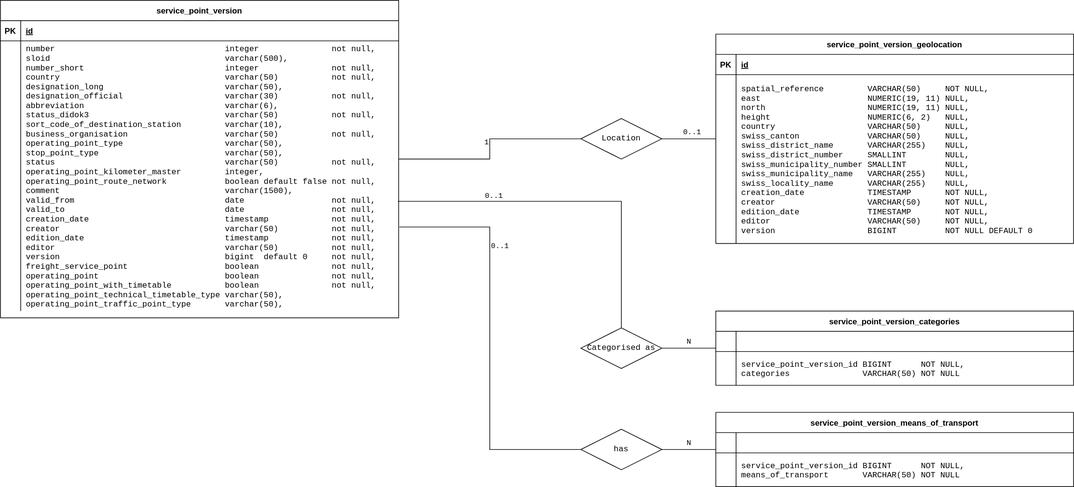
Above: service-point-directory/src/docs/db-service-point.svg in iuccio/atlas (draw.io), before the change. Source tidied: cells renumbered, new cells last; positions are measured from the earlier drawing's top-left corner, leaving out a move shared by most shapes.
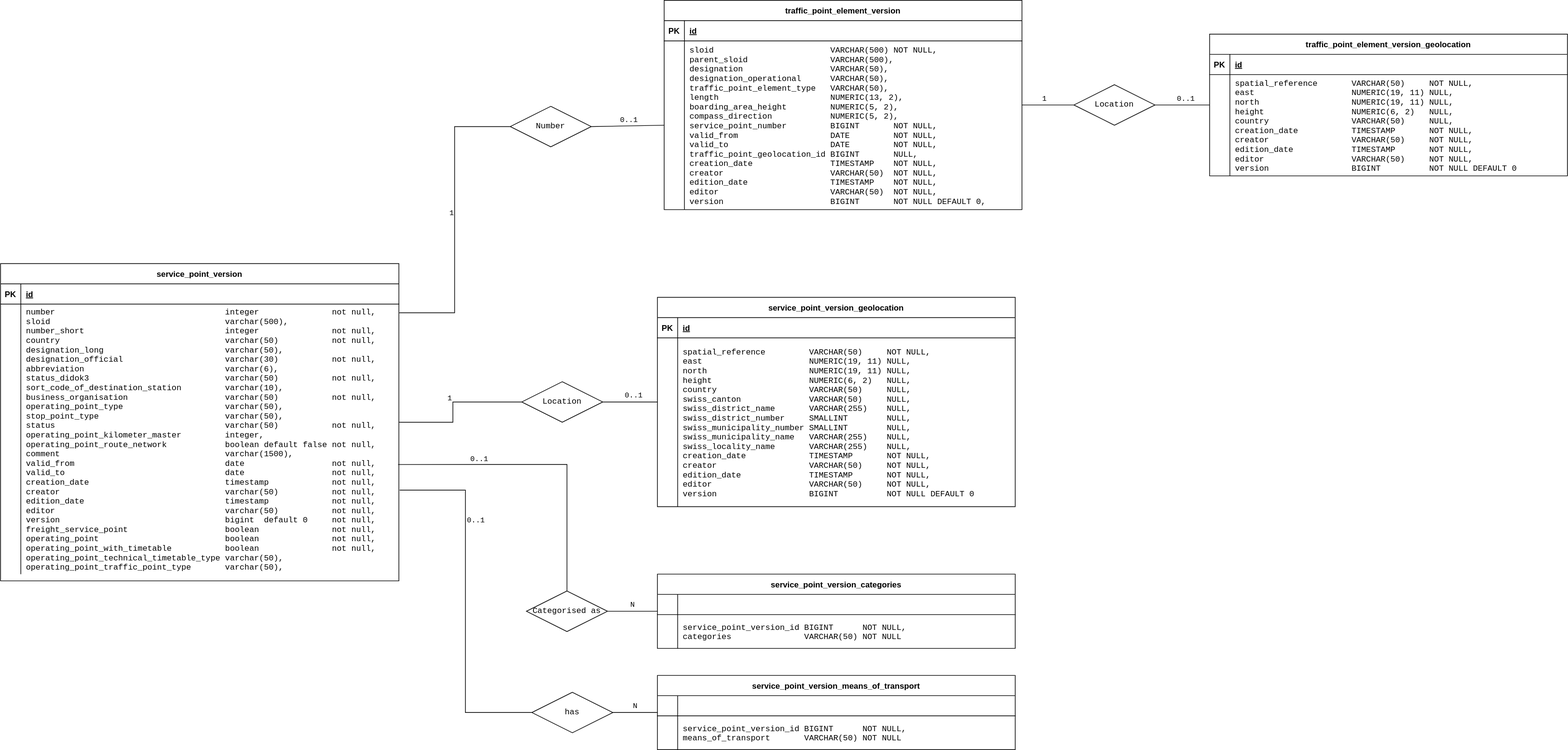
After the commit.

Commit message:
ATLAS-1322: update db schema documentation

Diff of the diagram source:
```diff
@@ -24,7 +24,7 @@
       <mxGeometry x="30" width="560" height="400" as="geometry" />
     </mxCell>
     <mxCell id="9" value="service_point_version_geolocation" style="shape=table;startSize=30;rowLines=0;fontStyle=1;align=center;" parent="1" vertex="1">
-      <mxGeometry x="1060" y="50" width="530" height="310" as="geometry" />
+      <mxGeometry x="973" y="50" width="530" height="310" as="geometry" />
     </mxCell>
     <mxCell id="10" style="shape=partialRectangle;fillColor=none;top=0;left=0;right=0;bottom=1;" parent="9" vertex="1">
       <mxGeometry y="30" width="530" height="30" as="geometry" />
@@ -45,7 +45,7 @@
       <mxGeometry x="30" width="500" height="250" as="geometry" />
     </mxCell>
     <mxCell id="16" value="service_point_version_categories" style="shape=table;startSize=30;rowLines=0;fontStyle=1;align=center;" parent="1" vertex="1">
-      <mxGeometry x="1060" y="460" width="530" height="110" as="geometry" />
+      <mxGeometry x="973" y="460" width="530" height="110" as="geometry" />
     </mxCell>
     <mxCell id="17" style="shape=partialRectangle;fillColor=none;top=0;left=0;right=0;bottom=1;" parent="16" vertex="1">
       <mxGeometry y="30" width="530" height="30" as="geometry" />
@@ -66,10 +66,15 @@
       <mxGeometry x="30" width="500" height="50" as="geometry" />
     </mxCell>
     <mxCell id="23" value="1" style="edgeStyle=orthogonalEdgeStyle;rounded=0;jumpSize=12;jettySize=auto;html=1;exitX=0;exitY=0.5;exitDx=0;exitDy=0;strokeWidth=1;fontFamily=Courier New;startArrow=none;startFill=0;endArrow=none;endFill=0;labelPosition=left;verticalLabelPosition=top;align=right;verticalAlign=bottom;" parent="1" edge="1" source="24" target="2">
-      <mxGeometry relative="1" as="geometry" />
+      <mxGeometry relative="1" as="geometry">
+        <Array as="points">
+          <mxPoint x="670" y="205" />
+          <mxPoint x="670" y="235" />
+        </Array>
+      </mxGeometry>
     </mxCell>
     <mxCell id="24" value="Location" style="shape=rhombus;perimeter=rhombusPerimeter;whiteSpace=wrap;html=1;align=center;fontFamily=Courier New;" parent="1" vertex="1">
-      <mxGeometry x="860" y="175" width="120" height="60" as="geometry" />
+      <mxGeometry x="772" y="175" width="120" height="60" as="geometry" />
     </mxCell>
     <mxCell id="25" style="endArrow=none;html=1;rounded=0;strokeWidth=1;fontFamily=Courier New;jumpSize=12;exitX=1;exitY=0.5;exitDx=0;exitDy=0;labelPosition=center;verticalLabelPosition=top;align=center;verticalAlign=bottom;" parent="1" edge="1" source="24" target="9">
       <mxGeometry relative="1" as="geometry" />
@@ -84,10 +89,10 @@
       <mxGeometry relative="1" as="geometry" />
     </mxCell>
     <mxCell id="29" value="Categorised as" style="shape=rhombus;perimeter=rhombusPerimeter;whiteSpace=wrap;html=1;align=center;fontFamily=Courier New;" parent="1" vertex="1">
-      <mxGeometry x="860" y="485" width="120" height="60" as="geometry" />
+      <mxGeometry x="779" y="485" width="120" height="60" as="geometry" />
     </mxCell>
     <mxCell id="30" value="service_point_version_means_of_transport" style="shape=table;startSize=30;rowLines=0;fontStyle=1;align=center;" parent="1" vertex="1">
-      <mxGeometry x="1060" y="610" width="530" height="110" as="geometry" />
+      <mxGeometry x="973" y="610" width="530" height="110" as="geometry" />
     </mxCell>
     <mxCell id="31" style="shape=partialRectangle;fillColor=none;top=0;left=0;right=0;bottom=1;" parent="30" vertex="1">
       <mxGeometry y="30" width="530" height="30" as="geometry" />
@@ -108,7 +113,7 @@
       <mxGeometry x="30" width="500" height="50" as="geometry" />
     </mxCell>
     <mxCell id="37" value="has" style="shape=rhombus;perimeter=rhombusPerimeter;whiteSpace=wrap;html=1;align=center;fontFamily=Courier New;" parent="1" vertex="1">
-      <mxGeometry x="860" y="635" width="120" height="60" as="geometry" />
+      <mxGeometry x="787" y="635" width="120" height="60" as="geometry" />
     </mxCell>
     <mxCell id="38" value="N" style="edgeStyle=orthogonalEdgeStyle;rounded=0;jumpSize=12;jettySize=auto;html=1;strokeWidth=1;fontFamily=Courier New;startArrow=none;startFill=0;endArrow=none;endFill=0;labelPosition=center;verticalLabelPosition=top;align=center;verticalAlign=bottom;exitX=1;exitY=0.5;exitDx=0;exitDy=0;" parent="1" edge="1" source="37" target="30">
       <mxGeometry relative="1" as="geometry" />
@@ -116,5 +121,71 @@
     <mxCell id="39" value="0..1" style="edgeStyle=orthogonalEdgeStyle;rounded=0;jumpSize=12;jettySize=auto;html=1;strokeWidth=1;fontFamily=Courier New;startArrow=none;startFill=0;endArrow=none;endFill=0;exitX=0;exitY=0.5;exitDx=0;exitDy=0;entryX=1.002;entryY=0.689;entryDx=0;entryDy=0;entryPerimeter=0;" parent="1" edge="1" source="37" target="6">
       <mxGeometry x="0.46" y="-15" relative="1" as="geometry" />
     </mxCell>
+    <mxCell id="40" value="traffic_point_element_version" style="shape=table;startSize=30;rowLines=0;fontStyle=1;align=center;" parent="1" vertex="1">
+      <mxGeometry x="983" y="-390" width="530" height="310" as="geometry" />
+    </mxCell>
+    <mxCell id="41" style="shape=partialRectangle;fillColor=none;top=0;left=0;right=0;bottom=1;" parent="40" vertex="1">
+      <mxGeometry y="30" width="530" height="30" as="geometry" />
+    </mxCell>
+    <mxCell id="42" value="PK" style="shape=partialRectangle;overflow=hidden;fillColor=none;top=0;left=0;bottom=0;right=0;fontStyle=1;" parent="41" vertex="1">
+      <mxGeometry width="30" height="30" as="geometry" />
+    </mxCell>
+    <mxCell id="43" value="id" style="shape=partialRectangle;overflow=hidden;fillColor=none;top=0;left=0;bottom=0;right=0;align=left;spacingLeft=6;fontStyle=5;" parent="41" vertex="1">
+      <mxGeometry x="30" width="500" height="30" as="geometry" />
+    </mxCell>
+    <mxCell id="44" style="shape=partialRectangle;fillColor=none;points=[[0,0.5],[1,0.5]];portConstraint=eastwest;top=0;left=0;right=0;bottom=0;" parent="40" vertex="1">
+      <mxGeometry y="60" width="530" height="250" as="geometry" />
+    </mxCell>
+    <mxCell id="45" style="shape=partialRectangle;overflow=hidden;fillColor=none;top=0;left=0;bottom=0;right=0;" parent="44" vertex="1">
+      <mxGeometry width="30" height="250" as="geometry" />
+    </mxCell>
+    <mxCell id="46" value="sloid                        VARCHAR(500) NOT NULL,&#10;parent_sloid                 VARCHAR(500),&#10;designation                  VARCHAR(50),&#10;designation_operational      VARCHAR(50),&#10;traffic_point_element_type   VARCHAR(50),&#10;length                       NUMERIC(13, 2),&#10;boarding_area_height         NUMERIC(5, 2),&#10;compass_direction            NUMERIC(5, 2),&#10;service_point_number         BIGINT       NOT NULL,&#10;valid_from                   DATE         NOT NULL,&#10;valid_to                     DATE         NOT NULL,&#10;traffic_point_geolocation_id BIGINT       NULL,&#10;creation_date                TIMESTAMP    NOT NULL,&#10;creator                      VARCHAR(50)  NOT NULL,&#10;edition_date                 TIMESTAMP    NOT NULL,&#10;editor                       VARCHAR(50)  NOT NULL,&#10;version                      BIGINT       NOT NULL DEFAULT 0," style="shape=partialRectangle;overflow=hidden;fillColor=none;top=0;left=0;bottom=0;right=0;align=left;spacingLeft=6;fontFamily=Courier New;fontStyle=0;" parent="44" vertex="1">
+      <mxGeometry x="30" width="500" height="250" as="geometry" />
+    </mxCell>
+    <mxCell id="47" value="traffic_point_element_version_geolocation" style="shape=table;startSize=30;rowLines=0;fontStyle=1;align=center;" parent="1" vertex="1">
+      <mxGeometry x="1791" y="-340" width="530" height="210" as="geometry" />
+    </mxCell>
+    <mxCell id="48" style="shape=partialRectangle;fillColor=none;top=0;left=0;right=0;bottom=1;" parent="47" vertex="1">
+      <mxGeometry y="30" width="530" height="30" as="geometry" />
+    </mxCell>
+    <mxCell id="49" value="PK" style="shape=partialRectangle;overflow=hidden;fillColor=none;top=0;left=0;bottom=0;right=0;fontStyle=1;" parent="48" vertex="1">
+      <mxGeometry width="30" height="30" as="geometry" />
+    </mxCell>
+    <mxCell id="50" value="id" style="shape=partialRectangle;overflow=hidden;fillColor=none;top=0;left=0;bottom=0;right=0;align=left;spacingLeft=6;fontStyle=5;" parent="48" vertex="1">
+      <mxGeometry x="30" width="500" height="30" as="geometry" />
+    </mxCell>
+    <mxCell id="51" style="shape=partialRectangle;fillColor=none;top=0;left=0;right=0;bottom=0;" parent="47" vertex="1">
+      <mxGeometry y="60" width="530" height="150" as="geometry" />
+    </mxCell>
+    <mxCell id="52" style="shape=partialRectangle;overflow=hidden;fillColor=none;top=0;left=0;bottom=0;right=0;" parent="51" vertex="1">
+      <mxGeometry width="30" height="150" as="geometry" />
+    </mxCell>
+    <mxCell id="53" value="spatial_reference       VARCHAR(50)     NOT NULL,&#10;east                    NUMERIC(19, 11) NULL,&#10;north                   NUMERIC(19, 11) NULL,&#10;height                  NUMERIC(6, 2)   NULL,&#10;country                 VARCHAR(50)     NULL,&#10;creation_date           TIMESTAMP       NOT NULL,&#10;creator                 VARCHAR(50)     NOT NULL,&#10;edition_date            TIMESTAMP       NOT NULL,&#10;editor                  VARCHAR(50)     NOT NULL,&#10;version                 BIGINT          NOT NULL DEFAULT 0" style="shape=partialRectangle;overflow=hidden;fillColor=none;top=0;left=0;bottom=0;right=0;align=left;spacingLeft=6;fontFamily=Courier New;" parent="51" vertex="1">
+      <mxGeometry x="30" width="500" height="150" as="geometry" />
+    </mxCell>
+    <mxCell id="54" value="1" style="edgeStyle=orthogonalEdgeStyle;rounded=0;jumpSize=12;jettySize=auto;html=1;exitX=0;exitY=0.5;exitDx=0;exitDy=0;strokeWidth=1;fontFamily=Courier New;startArrow=none;startFill=0;endArrow=none;endFill=0;labelPosition=left;verticalLabelPosition=top;align=right;verticalAlign=bottom;" parent="1" edge="1" source="55" target="40">
+      <mxGeometry relative="1" as="geometry" />
+    </mxCell>
+    <mxCell id="55" value="Location" style="shape=rhombus;perimeter=rhombusPerimeter;whiteSpace=wrap;html=1;align=center;fontFamily=Courier New;" parent="1" vertex="1">
+      <mxGeometry x="1590" y="-265" width="120" height="60" as="geometry" />
+    </mxCell>
+    <mxCell id="56" style="endArrow=none;html=1;rounded=0;strokeWidth=1;fontFamily=Courier New;jumpSize=12;exitX=1;exitY=0.5;exitDx=0;exitDy=0;labelPosition=center;verticalLabelPosition=top;align=center;verticalAlign=bottom;" parent="1" edge="1" source="55" target="47">
+      <mxGeometry relative="1" as="geometry" />
+    </mxCell>
+    <mxCell id="57" value="0..1" style="edgeLabel;html=1;align=left;verticalAlign=bottom;fontFamily=Courier New;labelPosition=right;verticalLabelPosition=top;" parent="56" vertex="1">
+      <mxGeometry x="-0.24" y="1" relative="1" as="geometry" />
+    </mxCell>
+    <mxCell id="58" value="1" style="edgeStyle=orthogonalEdgeStyle;rounded=0;jumpSize=12;jettySize=auto;html=1;exitX=0;exitY=0.5;exitDx=0;exitDy=0;strokeWidth=1;fontFamily=Courier New;startArrow=none;startFill=0;endArrow=none;endFill=0;labelPosition=left;verticalLabelPosition=top;align=right;verticalAlign=bottom;entryX=1.001;entryY=0.032;entryDx=0;entryDy=0;entryPerimeter=0;" parent="1" edge="1" source="59" target="6">
+      <mxGeometry relative="1" as="geometry" />
+    </mxCell>
+    <mxCell id="59" value="Number" style="shape=rhombus;perimeter=rhombusPerimeter;whiteSpace=wrap;html=1;align=center;fontFamily=Courier New;" parent="1" vertex="1">
+      <mxGeometry x="755" y="-233" width="120" height="60" as="geometry" />
+    </mxCell>
+    <mxCell id="60" style="endArrow=none;html=1;rounded=0;strokeWidth=1;fontFamily=Courier New;jumpSize=12;exitX=1;exitY=0.5;exitDx=0;exitDy=0;labelPosition=center;verticalLabelPosition=top;align=center;verticalAlign=bottom;entryX=0;entryY=0.5;entryDx=0;entryDy=0;" parent="1" edge="1" source="59" target="44">
+      <mxGeometry relative="1" as="geometry" />
+    </mxCell>
+    <mxCell id="61" value="0..1" style="edgeLabel;html=1;align=left;verticalAlign=bottom;fontFamily=Courier New;labelPosition=right;verticalLabelPosition=top;" parent="60" vertex="1">
+      <mxGeometry x="-0.24" y="1" relative="1" as="geometry" />
+    </mxCell>
   </root>
 </mxGraphModel>
```
